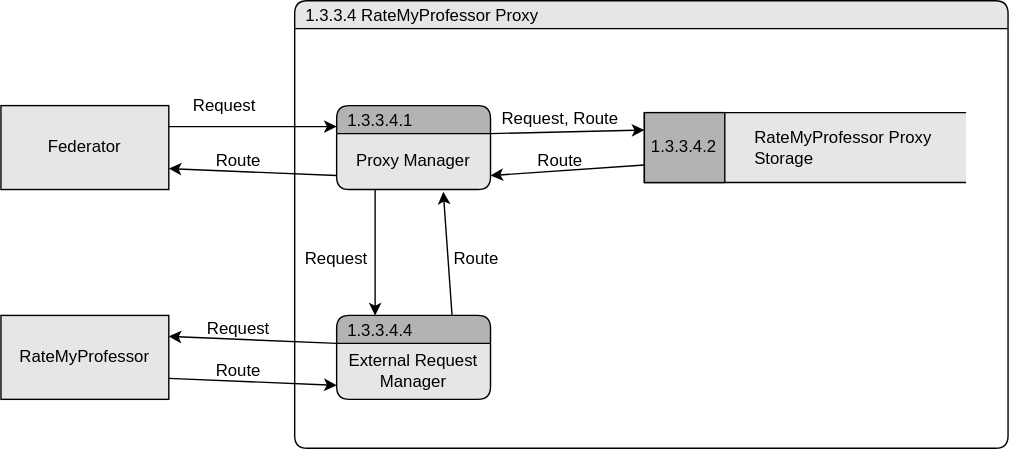
MckennahPalmer/CSE430 keeps this draw.io diagram as TeamOneFiles/RMP_query_request.drawio.svg. Above is the earlier version. Source tidied: cells renumbered, new cells last; positions are measured from the earlier drawing's top-left corner, leaving out a move shared by most shapes.
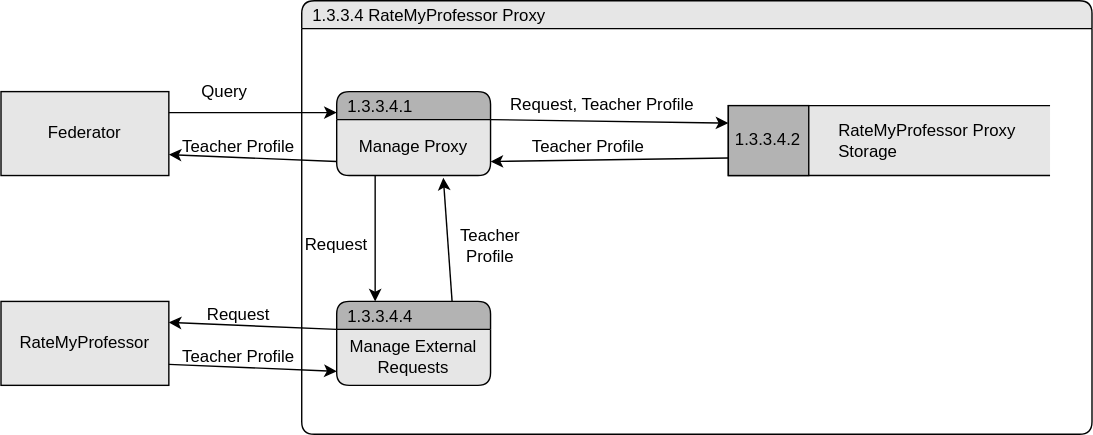
After the commit.

What changed in the source:
```diff
@@ -9,22 +9,22 @@
       <mxGeometry y="225" width="120" height="60" as="geometry" />
     </mxCell>
     <mxCell id="4" value="1.3.3.4 RateMyProfessor Proxy" style="swimlane;fontStyle=0;horizontal=1;startSize=20;fillColor=#E6E6E6;swimlaneFillColor=#FFFFFF;rounded=1;strokeColor=default;align=left;verticalAlign=middle;fontFamily=Helvetica;fontSize=12;fontColor=default;spacingLeft=6;shadow=0;" parent="1" vertex="1">
-      <mxGeometry x="210" width="510" height="320" as="geometry" />
+      <mxGeometry x="215" y="10" width="565" height="310" as="geometry" />
     </mxCell>
     <mxCell id="5" value="1.3.3.4.1" style="swimlane;fontStyle=0;horizontal=1;startSize=20;fillColor=#B3B3B3;swimlaneFillColor=#E6E6E6;rounded=1;strokeColor=default;align=left;verticalAlign=middle;fontFamily=Helvetica;fontSize=12;fontColor=default;spacingLeft=6;shadow=0;" parent="1" vertex="1">
       <mxGeometry x="240" y="75" width="110" height="60" as="geometry" />
     </mxCell>
-    <mxCell id="6" value="Proxy Manager" style="text;html=1;strokeColor=none;fillColor=none;align=center;verticalAlign=middle;whiteSpace=wrap;rounded=0;fontSize=12;fontFamily=Helvetica;fontColor=default;" parent="5" vertex="1">
+    <mxCell id="6" value="Manage Proxy" style="text;html=1;strokeColor=none;fillColor=none;align=center;verticalAlign=middle;whiteSpace=wrap;rounded=0;fontSize=12;fontFamily=Helvetica;fontColor=default;" parent="5" vertex="1">
       <mxGeometry y="20" width="110" height="40" as="geometry" />
     </mxCell>
     <mxCell id="7" value="1.3.3.4.4" style="swimlane;fontStyle=0;horizontal=1;startSize=20;fillColor=#B3B3B3;swimlaneFillColor=#E6E6E6;rounded=1;strokeColor=default;align=left;verticalAlign=middle;fontFamily=Helvetica;fontSize=12;fontColor=default;spacingLeft=6;shadow=0;" parent="1" vertex="1">
       <mxGeometry x="240" y="225" width="110" height="60" as="geometry" />
     </mxCell>
-    <mxCell id="8" value="External Request Manager" style="text;html=1;strokeColor=none;fillColor=none;align=center;verticalAlign=middle;whiteSpace=wrap;rounded=0;fontSize=12;fontFamily=Helvetica;fontColor=default;" parent="7" vertex="1">
+    <mxCell id="8" value="Manage External Requests" style="text;html=1;strokeColor=none;fillColor=none;align=center;verticalAlign=middle;whiteSpace=wrap;rounded=0;fontSize=12;fontFamily=Helvetica;fontColor=default;" parent="7" vertex="1">
       <mxGeometry y="20" width="110" height="40" as="geometry" />
     </mxCell>
     <mxCell id="9" style="group;" parent="1" vertex="1">
-      <mxGeometry x="460" y="80" width="230" height="50" as="geometry" />
+      <mxGeometry x="520" y="85" width="230" height="50" as="geometry" />
     </mxCell>
     <mxCell id="10" style="html=1;dashed=0;whiteSpace=wrap;shape=mxgraph.dfd.dataStoreID;align=left;spacingLeft=3;rounded=1;strokeColor=default;verticalAlign=middle;fontFamily=Helvetica;fontSize=12;fontColor=default;startSize=20;fillColor=#E6E6E6;shadow=0;" parent="9" vertex="1">
       <mxGeometry width="230" height="50" as="geometry" />
@@ -62,29 +62,29 @@
     <mxCell id="21" style="endArrow=classic;html=1;rounded=0;exitX=1;exitY=0.75;exitDx=0;exitDy=0;entryX=0;entryY=0.75;entryDx=0;entryDy=0;" parent="1" edge="1" source="3" target="8">
       <mxGeometry relative="1" as="geometry" />
     </mxCell>
-    <mxCell id="22" value="Request" style="text;html=1;align=center;verticalAlign=middle;whiteSpace=wrap;rounded=0;" parent="1" vertex="1">
+    <mxCell id="22" value="Query" style="text;html=1;align=center;verticalAlign=middle;whiteSpace=wrap;rounded=0;" parent="1" vertex="1">
       <mxGeometry x="130" y="60" width="60" height="30" as="geometry" />
     </mxCell>
     <mxCell id="23" value="Request" style="text;html=1;align=center;verticalAlign=middle;whiteSpace=wrap;rounded=0;" parent="1" vertex="1">
       <mxGeometry x="140" y="220" width="60" height="30" as="geometry" />
     </mxCell>
-    <mxCell id="24" value="Request, Route" style="text;html=1;align=center;verticalAlign=middle;whiteSpace=wrap;rounded=0;" parent="1" vertex="1">
-      <mxGeometry x="350" y="70" width="100" height="30" as="geometry" />
+    <mxCell id="24" value="Request, Teacher Profile" style="text;html=1;align=center;verticalAlign=middle;whiteSpace=wrap;rounded=0;" parent="1" vertex="1">
+      <mxGeometry x="350" y="70" width="160" height="30" as="geometry" />
     </mxCell>
     <mxCell id="25" value="Request" style="text;html=1;align=center;verticalAlign=middle;whiteSpace=wrap;rounded=0;" parent="1" vertex="1">
       <mxGeometry x="210" y="170" width="60" height="30" as="geometry" />
     </mxCell>
-    <mxCell id="26" value="Route" style="text;html=1;align=center;verticalAlign=middle;whiteSpace=wrap;rounded=0;" parent="1" vertex="1">
-      <mxGeometry x="370" y="100" width="60" height="30" as="geometry" />
+    <mxCell id="26" value="Teacher Profile" style="text;html=1;align=center;verticalAlign=middle;whiteSpace=wrap;rounded=0;" parent="1" vertex="1">
+      <mxGeometry x="370" y="100" width="100" height="30" as="geometry" />
     </mxCell>
-    <mxCell id="27" value="Route" style="text;html=1;align=center;verticalAlign=middle;whiteSpace=wrap;rounded=0;" parent="1" vertex="1">
-      <mxGeometry x="140" y="100" width="60" height="30" as="geometry" />
+    <mxCell id="27" value="Teacher Profile" style="text;html=1;align=center;verticalAlign=middle;whiteSpace=wrap;rounded=0;" parent="1" vertex="1">
+      <mxGeometry x="125" y="100" width="90" height="30" as="geometry" />
     </mxCell>
-    <mxCell id="28" value="Route" style="text;html=1;align=center;verticalAlign=middle;whiteSpace=wrap;rounded=0;" parent="1" vertex="1">
-      <mxGeometry x="310" y="170" width="60" height="30" as="geometry" />
+    <mxCell id="28" value="Teacher Profile" style="text;html=1;align=center;verticalAlign=middle;whiteSpace=wrap;rounded=0;" parent="1" vertex="1">
+      <mxGeometry x="320" y="170" width="60" height="30" as="geometry" />
     </mxCell>
-    <mxCell id="29" value="Route" style="text;html=1;align=center;verticalAlign=middle;whiteSpace=wrap;rounded=0;" parent="1" vertex="1">
-      <mxGeometry x="140" y="250" width="60" height="30" as="geometry" />
+    <mxCell id="29" value="Teacher Profile" style="text;html=1;align=center;verticalAlign=middle;whiteSpace=wrap;rounded=0;" parent="1" vertex="1">
+      <mxGeometry x="125" y="250" width="90" height="30" as="geometry" />
     </mxCell>
   </root>
 </mxGraphModel>
```
